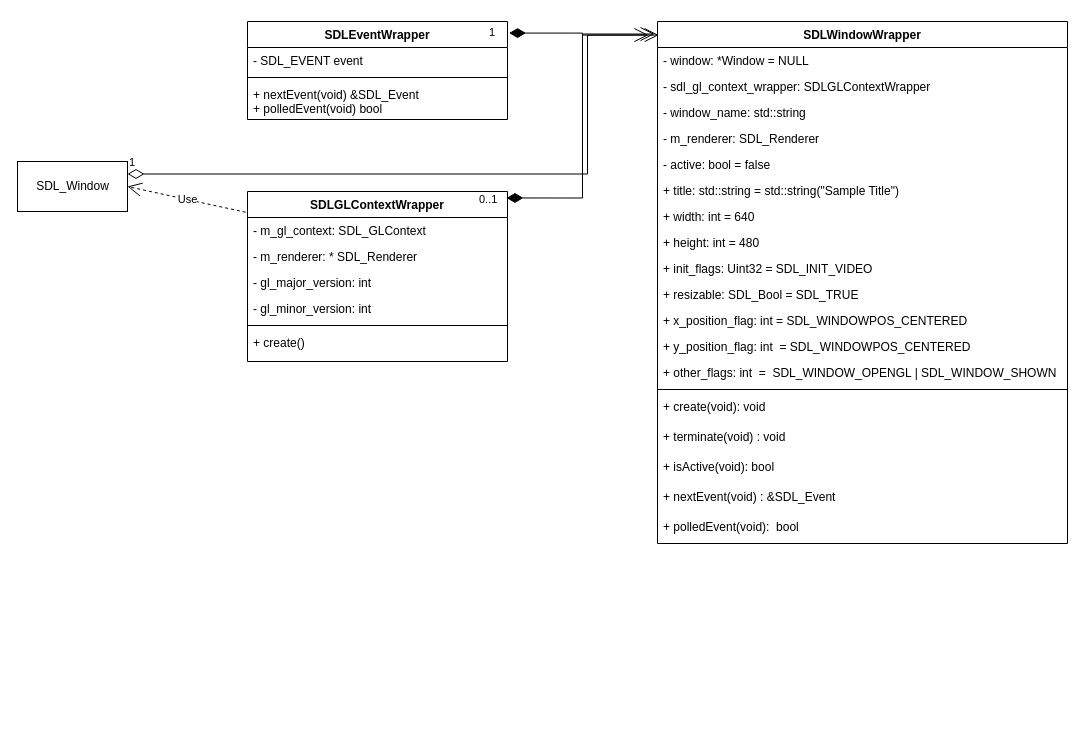
This is page "GLContextWrapper Diagram" (3 of 4) of docs/in_dev/Design/Total System Design.drawio from AntonyA3/Games-Engine, a draw.io file, before an edit. Source tidied: cells renumbered, new cells numbered last; positions are measured from the earlier drawing's top-left corner, leaving out a move shared by most shapes. Both pictures are drawn from the tidied source at 100%, with x=0, y=0 at pixel (17, 21).
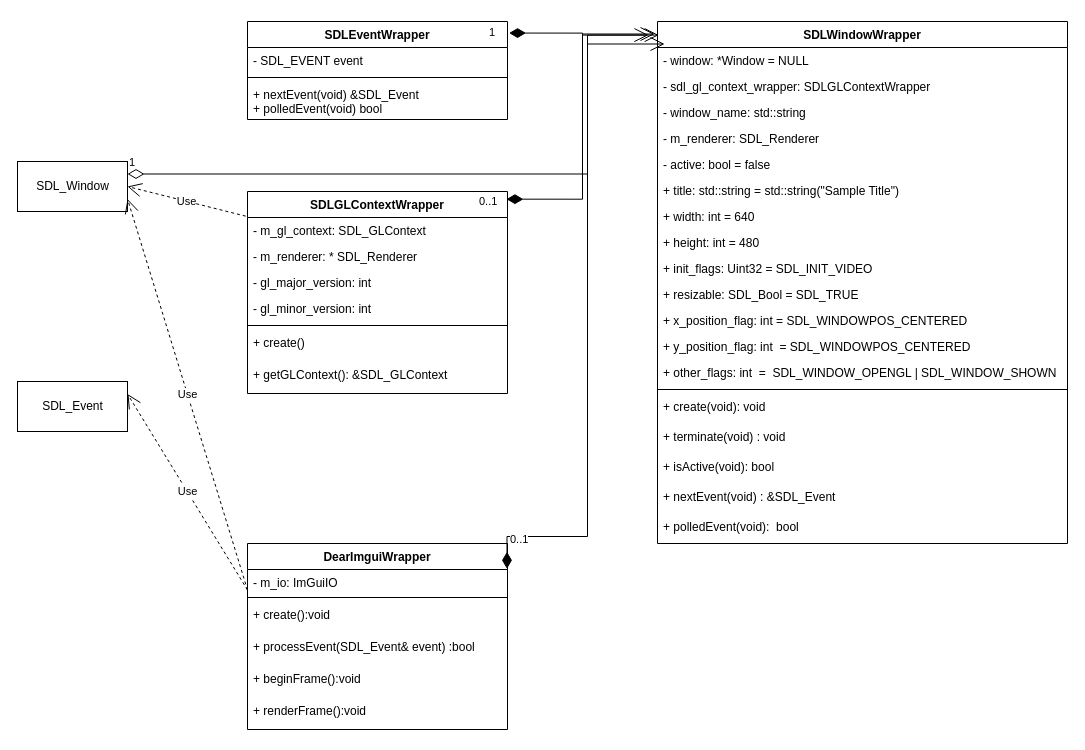
The same page after the edit.

The change refers to these unchanged cells:
```xml
<mxCell id="35" value="SDL_Window" style="html=1;" parent="1" vertex="1">
  <mxGeometry y="140" width="110" height="50" as="geometry" />
</mxCell>
```

What changed in the source:
```diff
@@
     <mxCell id="27" value="SDLGLContextWrapper" style="swimlane;fontStyle=1;align=center;verticalAlign=top;horizontal=1;startSize=26;" parent="1" vertex="1">
-      <mxGeometry x="230" y="170" width="260" height="170" as="geometry" />
+      <mxGeometry x="230" y="170" width="260" height="202" as="geometry" />
     </mxCell>
@@
+    <mxCell id="38" value="+ getGLContext(): &amp;SDL_GLContext" style="text;strokeColor=none;fillColor=none;align=left;verticalAlign=top;spacingLeft=4;spacingRight=4;overflow=hidden;" parent="27" vertex="1">
+      <mxGeometry y="170" width="260" height="32" as="geometry" />
+    </mxCell>
@@
+    <mxCell id="39" value="DearImguiWrapper" style="swimlane;fontStyle=1;align=center;verticalAlign=top;horizontal=1;startSize=26;" parent="1" vertex="1">
+      <mxGeometry x="230" y="522" width="260" height="186" as="geometry" />
+    </mxCell>
+    <mxCell id="40" value="- m_io: ImGuiIO" style="text;strokeColor=none;fillColor=none;align=left;verticalAlign=top;spacingLeft=4;spacingRight=4;overflow=hidden;" parent="39" vertex="1">
+      <mxGeometry y="26" width="260" height="24" as="geometry" />
+    </mxCell>
+    <mxCell id="41" style="line;strokeWidth=1;fillColor=none;align=left;verticalAlign=middle;spacingTop=-1;spacingLeft=3;spacingRight=3;labelPosition=right;" parent="39" vertex="1">
+      <mxGeometry y="50" width="260" height="8" as="geometry" />
+    </mxCell>
+    <mxCell id="42" value="+ create():void" style="text;strokeColor=none;fillColor=none;align=left;verticalAlign=top;spacingLeft=4;spacingRight=4;overflow=hidden;" parent="39" vertex="1">
+      <mxGeometry y="58" width="260" height="32" as="geometry" />
+    </mxCell>
+    <mxCell id="43" value="+ processEvent(SDL_Event&amp; event) :bool" style="text;strokeColor=none;fillColor=none;align=left;verticalAlign=top;spacingLeft=4;spacingRight=4;overflow=hidden;" parent="39" vertex="1">
+      <mxGeometry y="90" width="260" height="32" as="geometry" />
+    </mxCell>
+    <mxCell id="44" value="+ beginFrame():void" style="text;strokeColor=none;fillColor=none;align=left;verticalAlign=top;spacingLeft=4;spacingRight=4;overflow=hidden;" parent="39" vertex="1">
+      <mxGeometry y="122" width="260" height="32" as="geometry" />
+    </mxCell>
+    <mxCell id="45" value="+ renderFrame():void" style="text;strokeColor=none;fillColor=none;align=left;verticalAlign=top;spacingLeft=4;spacingRight=4;overflow=hidden;" parent="39" vertex="1">
+      <mxGeometry y="154" width="260" height="32" as="geometry" />
+    </mxCell>
+    <mxCell id="46" value="SDL_Event" style="html=1;" parent="1" vertex="1">
+      <mxGeometry y="360" width="110" height="50" as="geometry" />
+    </mxCell>
+    <mxCell id="47" value="Use" style="endArrow=open;endSize=12;dashed=1;html=1;rounded=0;entryX=1;entryY=0.25;entryDx=0;entryDy=0;exitX=0;exitY=0.25;exitDx=0;exitDy=0;" parent="1" edge="1" source="39" target="46">
+      <mxGeometry relative="1" as="geometry" />
+    </mxCell>
+    <mxCell id="48" value="Use" style="endArrow=open;endSize=12;dashed=1;html=1;rounded=0;entryX=1;entryY=0.75;entryDx=0;entryDy=0;exitX=0;exitY=0.25;exitDx=0;exitDy=0;" parent="1" edge="1" source="39" target="35">
+      <mxGeometry relative="1" as="geometry" />
+    </mxCell>
+    <mxCell id="49" value="0..1" style="endArrow=open;html=1;endSize=12;startArrow=diamondThin;startSize=14;startFill=1;edgeStyle=orthogonalEdgeStyle;align=left;verticalAlign=bottom;rounded=0;exitX=0.998;exitY=0.136;exitDx=0;exitDy=0;exitPerimeter=0;entryX=-0.007;entryY=0.024;entryDx=0;entryDy=0;entryPerimeter=0;" parent="1" edge="1" source="39">
+      <mxGeometry x="-1" y="-31" relative="1" as="geometry">
+        <mxPoint x="647.1" y="22.5" as="targetPoint" />
+        <Array as="points">
+          <mxPoint x="570" y="515" />
+          <mxPoint x="570" y="23" />
+        </Array>
+        <mxPoint x="-29" y="-20" as="offset" />
+      </mxGeometry>
+    </mxCell>
```
